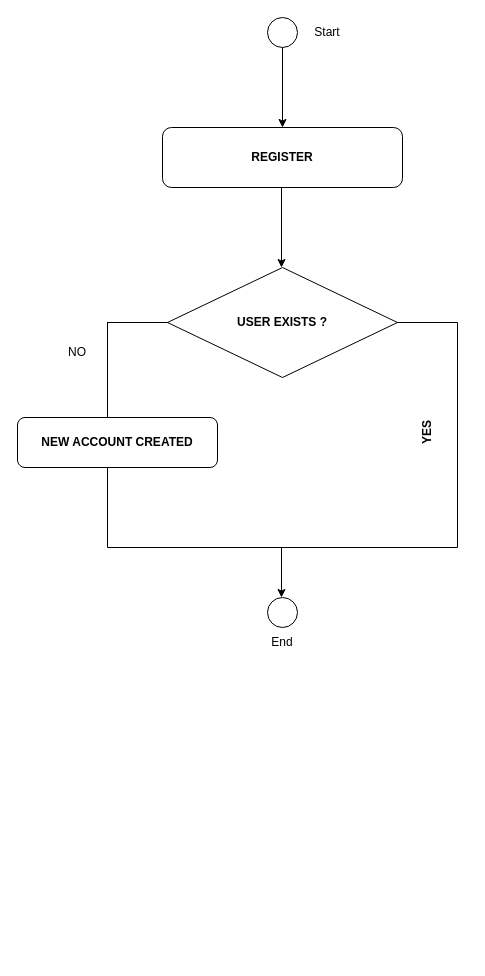
Before: Untitled Diagram.drawio in Sarawambui/CVV, a draw.io diagram. Source tidied: cells renumbered, new cells numbered last; positions are measured from the earlier drawing's top-left corner, leaving out a move shared by most shapes. Both pictures are drawn from the tidied source at 100%, with x=0, y=0 at pixel (17, 17).
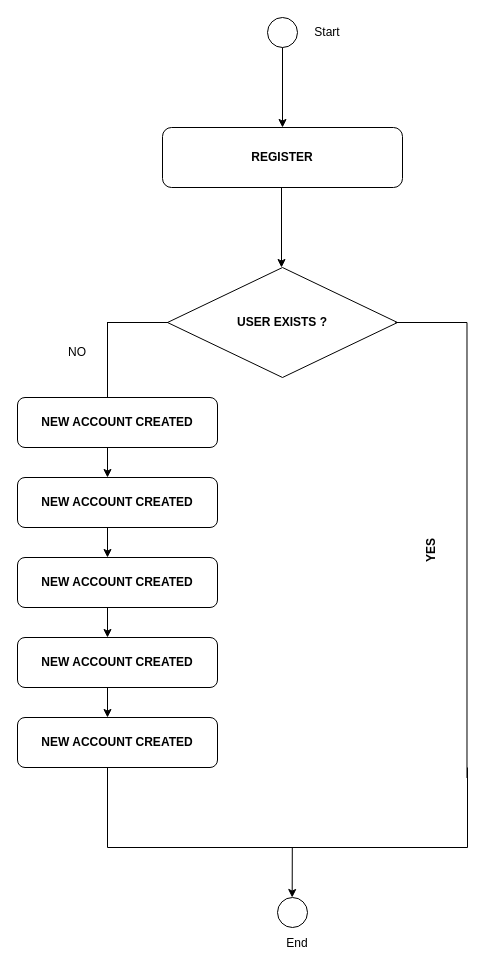
After the change.

Commit message:
LOGIN VERIFICATION

Change to the diagram source:
```diff
@@
     <mxCell id="7" value="&lt;p align=&quot;center&quot; class=&quot;MsoNormal&quot;&gt;&lt;b&gt;NEW ACCOUNT CREATED&lt;/b&gt;&lt;/p&gt;" style="rounded=1;whiteSpace=wrap;html=1;" parent="1" vertex="1">
-      <mxGeometry y="400" width="200" height="50" as="geometry" />
+      <mxGeometry y="380" width="200" height="50" as="geometry" />
     </mxCell>
     <mxCell id="8" style="shape=partialRectangle;whiteSpace=wrap;html=1;bottom=0;right=0;fillColor=none;" parent="1" vertex="1">
-      <mxGeometry x="90" y="305" width="60" height="95" as="geometry" />
+      <mxGeometry x="90" y="305" width="60" height="75" as="geometry" />
     </mxCell>
     <mxCell id="9" value="&lt;b&gt;YES&lt;/b&gt;" style="shape=partialRectangle;whiteSpace=wrap;html=1;top=0;left=0;fillColor=none;rotation=-90;" parent="1" vertex="1">
-      <mxGeometry x="300" y="385" width="220" height="60" as="geometry" />
+      <mxGeometry x="186.4" y="496.9" width="455" height="71.2" as="geometry" />
     </mxCell>
     <mxCell id="10" style="strokeWidth=1;html=1;shape=mxgraph.flowchart.annotation_1;align=left;direction=south;rotation=-180;" parent="1" vertex="1">
-      <mxGeometry x="90" y="450" width="350" height="80" as="geometry" />
+      <mxGeometry x="90" y="750" width="360" height="80" as="geometry" />
     </mxCell>
-    <mxCell id="11" style="endArrow=classic;html=1;rounded=0;" parent="1" edge="1">
-      <mxGeometry relative="1" as="geometry">
-        <mxPoint x="264" y="530" as="sourcePoint" />
-        <mxPoint x="264" y="580" as="targetPoint" />
-      </mxGeometry>
-    </mxCell>
     <mxCell id="12" style="ellipse;whiteSpace=wrap;html=1;" parent="1" vertex="1">
-      <mxGeometry x="250" y="580" width="30" height="30" as="geometry" />
+      <mxGeometry x="260" y="880" width="30" height="30" as="geometry" />
     </mxCell>
     <mxCell id="13" value="End" style="text;html=1;strokeColor=none;fillColor=none;align=center;verticalAlign=middle;whiteSpace=wrap;rounded=0;" parent="1" vertex="1">
-      <mxGeometry x="235" y="610" width="60" height="30" as="geometry" />
+      <mxGeometry x="250" y="911" width="60" height="30" as="geometry" />
     </mxCell>
@@
+    <mxCell id="16" value="&lt;p align=&quot;center&quot; class=&quot;MsoNormal&quot;&gt;&lt;b&gt;NEW ACCOUNT CREATED&lt;/b&gt;&lt;/p&gt;" style="rounded=1;whiteSpace=wrap;html=1;" parent="1" vertex="1">
+      <mxGeometry y="460" width="200" height="50" as="geometry" />
+    </mxCell>
+    <mxCell id="17" value="&lt;p align=&quot;center&quot; class=&quot;MsoNormal&quot;&gt;&lt;b&gt;NEW ACCOUNT CREATED&lt;/b&gt;&lt;/p&gt;" style="rounded=1;whiteSpace=wrap;html=1;" parent="1" vertex="1">
+      <mxGeometry y="540" width="200" height="50" as="geometry" />
+    </mxCell>
+    <mxCell id="18" value="&lt;p align=&quot;center&quot; class=&quot;MsoNormal&quot;&gt;&lt;b&gt;NEW ACCOUNT CREATED&lt;/b&gt;&lt;/p&gt;" style="rounded=1;whiteSpace=wrap;html=1;" parent="1" vertex="1">
+      <mxGeometry y="620" width="200" height="50" as="geometry" />
+    </mxCell>
+    <mxCell id="19" value="&lt;p align=&quot;center&quot; class=&quot;MsoNormal&quot;&gt;&lt;b&gt;NEW ACCOUNT CREATED&lt;/b&gt;&lt;/p&gt;" style="rounded=1;whiteSpace=wrap;html=1;" parent="1" vertex="1">
+      <mxGeometry y="700" width="200" height="50" as="geometry" />
+    </mxCell>
+    <mxCell id="20" style="endArrow=classic;html=1;rounded=0;" parent="1" edge="1">
+      <mxGeometry relative="1" as="geometry">
+        <mxPoint x="90" y="430" as="sourcePoint" />
+        <mxPoint x="90" y="460" as="targetPoint" />
+      </mxGeometry>
+    </mxCell>
+    <mxCell id="21" style="endArrow=classic;html=1;rounded=0;" parent="1" edge="1">
+      <mxGeometry relative="1" as="geometry">
+        <mxPoint x="90" y="510" as="sourcePoint" />
+        <mxPoint x="90" y="540" as="targetPoint" />
+      </mxGeometry>
+    </mxCell>
+    <mxCell id="22" style="endArrow=classic;html=1;rounded=0;" parent="1" edge="1">
+      <mxGeometry relative="1" as="geometry">
+        <mxPoint x="90" y="670" as="sourcePoint" />
+        <mxPoint x="90" y="700" as="targetPoint" />
+      </mxGeometry>
+    </mxCell>
+    <mxCell id="23" style="endArrow=classic;html=1;rounded=0;" parent="1" edge="1">
+      <mxGeometry relative="1" as="geometry">
+        <mxPoint x="90" y="590" as="sourcePoint" />
+        <mxPoint x="90" y="620" as="targetPoint" />
+      </mxGeometry>
+    </mxCell>
+    <mxCell id="24" style="endArrow=classic;html=1;rounded=0;entryX=-0.625;entryY=0.513;entryDx=0;entryDy=0;entryPerimeter=0;" parent="1" edge="1" target="10">
+      <mxGeometry relative="1" as="geometry">
+        <mxPoint x="274.8" y="830" as="sourcePoint" />
+      </mxGeometry>
+    </mxCell>
```
